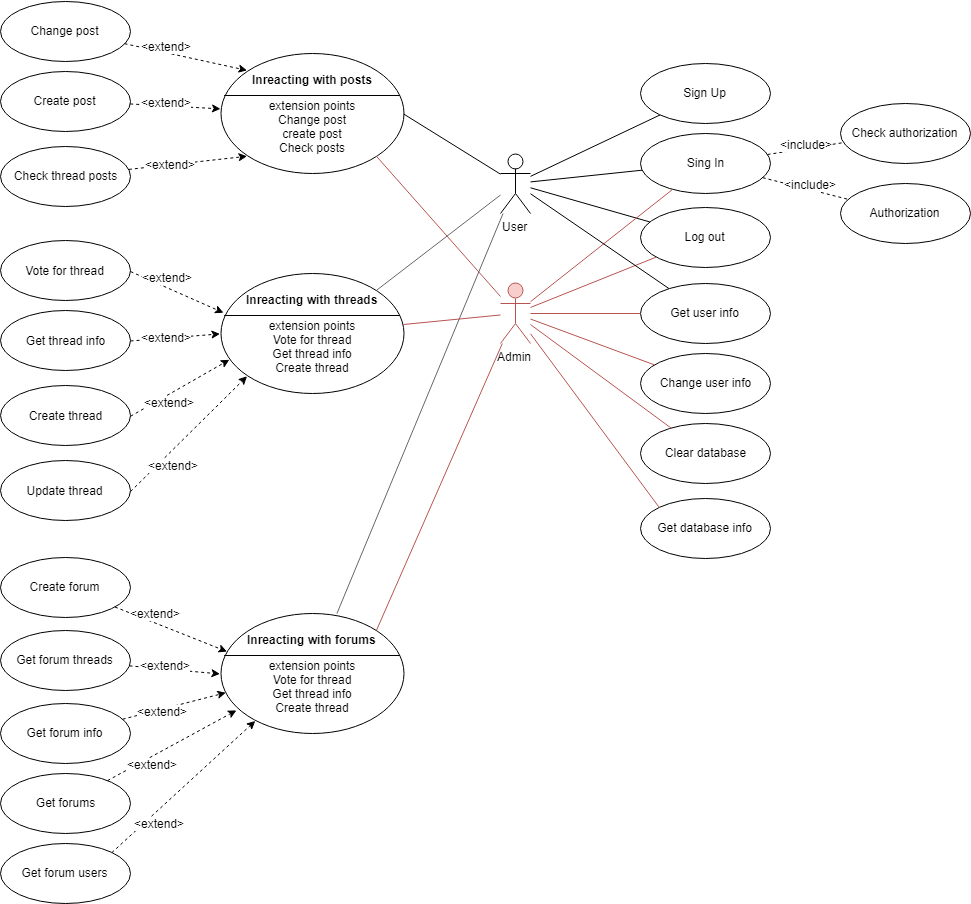
The draw.io diagram schemes/use-case.png in Kotyarich/forum-course-project, before a commit. Source tidied: cells renumbered, new cells last; positions are measured from the earlier drawing's top-left corner, leaving out a move shared by most shapes.
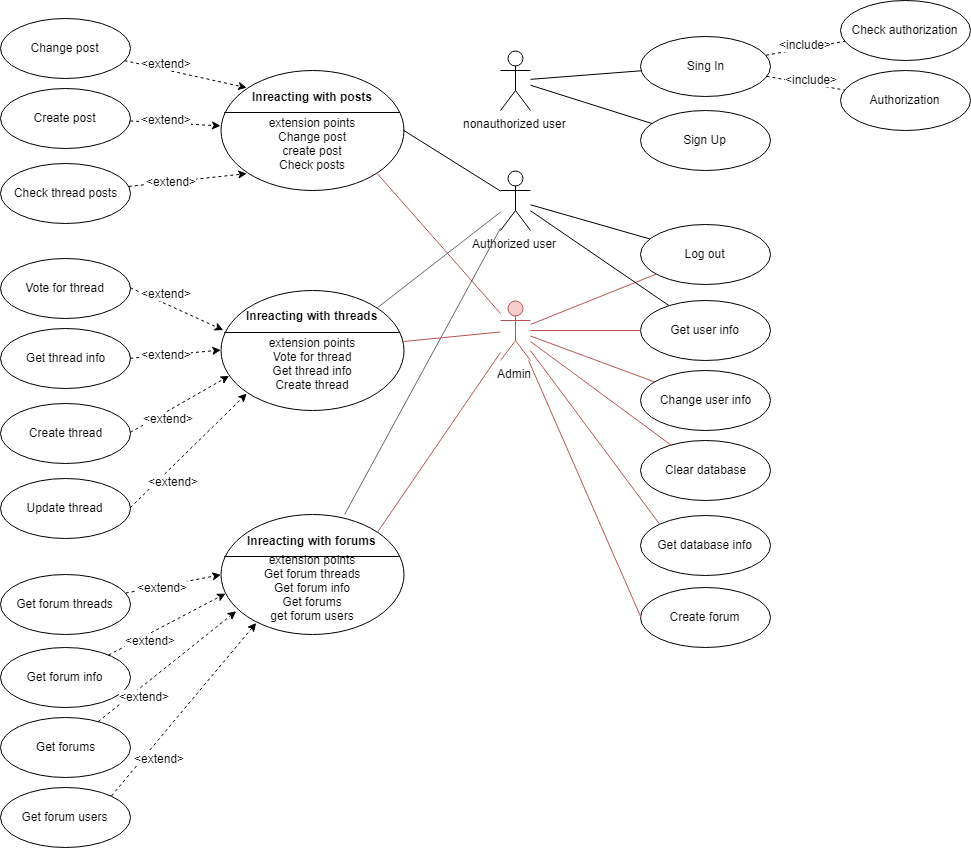
The same diagram one commit later.

The edit, as a diff of the source:
```diff
@@ -2,29 +2,29 @@
   <root>
     <mxCell id="0" />
     <mxCell id="1" parent="0" />
-    <mxCell id="2" value="User" style="shape=umlActor;verticalLabelPosition=bottom;labelBackgroundColor=#ffffff;verticalAlign=top;html=1;outlineConnect=0;" parent="1" vertex="1">
+    <mxCell id="2" value="Authorized user" style="shape=umlActor;verticalLabelPosition=bottom;labelBackgroundColor=#ffffff;verticalAlign=top;html=1;outlineConnect=0;" parent="1" vertex="1">
       <mxGeometry x="500" y="152" width="30" height="60" as="geometry" />
     </mxCell>
     <mxCell id="3" value="Sign Up" style="ellipse;whiteSpace=wrap;html=1;" parent="1" vertex="1">
-      <mxGeometry x="640" y="62" width="130" height="60" as="geometry" />
+      <mxGeometry x="640" y="92" width="130" height="60" as="geometry" />
     </mxCell>
     <mxCell id="4" value="Sing In" style="ellipse;whiteSpace=wrap;html=1;" parent="1" vertex="1">
-      <mxGeometry x="640" y="132" width="130" height="60" as="geometry" />
+      <mxGeometry x="640" y="17.5" width="130" height="60" as="geometry" />
     </mxCell>
     <mxCell id="5" value="Log out" style="ellipse;whiteSpace=wrap;html=1;" parent="1" vertex="1">
       <mxGeometry x="640" y="206" width="130" height="60" as="geometry" />
     </mxCell>
-    <mxCell id="6" style="endArrow=none;html=1;" parent="1" edge="1" source="2" target="3">
+    <mxCell id="6" style="endArrow=none;html=1;" parent="1" edge="1" source="76" target="3">
       <mxGeometry relative="1" as="geometry" />
     </mxCell>
-    <mxCell id="7" style="endArrow=none;html=1;" parent="1" edge="1" source="2" target="4">
+    <mxCell id="7" style="endArrow=none;html=1;" parent="1" edge="1" source="76" target="4">
       <mxGeometry relative="1" as="geometry" />
     </mxCell>
     <mxCell id="8" style="endArrow=none;html=1;" parent="1" edge="1" source="2" target="5">
       <mxGeometry relative="1" as="geometry" />
     </mxCell>
     <mxCell id="9" value="Check authorization" style="ellipse;whiteSpace=wrap;html=1;" parent="1" vertex="1">
-      <mxGeometry x="840" y="102" width="130" height="60" as="geometry" />
+      <mxGeometry x="840" y="-18" width="130" height="60" as="geometry" />
     </mxCell>
     <mxCell id="10" style="endArrow=none;dashed=1;html=1;" parent="1" edge="1" source="4" target="9">
       <mxGeometry relative="1" as="geometry" />
@@ -35,7 +35,7 @@
       </mxGeometry>
     </mxCell>
     <mxCell id="12" value="Authorization" style="ellipse;whiteSpace=wrap;html=1;" parent="1" vertex="1">
-      <mxGeometry x="840" y="182" width="130" height="60" as="geometry" />
+      <mxGeometry x="840" y="52" width="130" height="60" as="geometry" />
     </mxCell>
     <mxCell id="13" style="endArrow=none;dashed=1;html=1;" parent="1" edge="1" source="4" target="12">
       <mxGeometry relative="1" as="geometry" />
@@ -48,9 +48,6 @@
     <mxCell id="15" value="Admin" style="shape=umlActor;verticalLabelPosition=bottom;labelBackgroundColor=#ffffff;verticalAlign=top;html=1;outlineConnect=0;fillColor=#f8cecc;strokeColor=#b85450;" parent="1" vertex="1">
       <mxGeometry x="500" y="282" width="30" height="60" as="geometry" />
     </mxCell>
-    <mxCell id="16" style="endArrow=none;html=1;fontColor=#FF6666;labelBackgroundColor=#FF6666;fillColor=#f8cecc;strokeColor=#b85450;" parent="1" edge="1" source="15" target="4">
-      <mxGeometry relative="1" as="geometry" />
-    </mxCell>
     <mxCell id="17" style="endArrow=none;html=1;fillColor=#f8cecc;strokeColor=#b85450;" parent="1" edge="1" source="15" target="5">
       <mxGeometry relative="1" as="geometry" />
     </mxCell>
@@ -182,35 +179,27 @@
         <mxPoint x="18" y="-4" as="offset" />
       </mxGeometry>
     </mxCell>
-    <mxCell id="56" value="&lt;br&gt;&lt;br&gt;&lt;br&gt;extension points&lt;br&gt;Vote for thread&lt;br&gt;Get thread info&lt;br&gt;Create thread&lt;br&gt;&lt;br&gt;" style="html=1;shape=mxgraph.sysml.useCaseExtPt;whiteSpace=wrap;align=center;" parent="1" vertex="1">
-      <mxGeometry x="220" y="612" width="183" height="120" as="geometry" />
+    <mxCell id="56" value="&lt;br&gt;&lt;br&gt;&lt;br&gt;extension points&lt;br&gt;Get forum threads&lt;br&gt;Get forum info&lt;br&gt;Get forums&lt;br&gt;get forum users&lt;br&gt;&lt;br&gt;" style="html=1;shape=mxgraph.sysml.useCaseExtPt;whiteSpace=wrap;align=center;" parent="1" vertex="1">
+      <mxGeometry x="220" y="496" width="183" height="120" as="geometry" />
     </mxCell>
     <mxCell id="57" value="Inreacting with forums" style="html=1;verticalAlign=middle;align=center;labelBackgroundColor=none;fontStyle=1;" parent="56" vertex="1">
       <mxGeometry x="91.5" y="25.5" as="geometry" />
     </mxCell>
     <mxCell id="58" value="Create forum&lt;br&gt;" style="ellipse;whiteSpace=wrap;html=1;" parent="1" vertex="1">
-      <mxGeometry y="556" width="130" height="60" as="geometry" />
+      <mxGeometry x="640" y="569" width="130" height="60" as="geometry" />
     </mxCell>
     <mxCell id="59" value="Get forum threads" style="ellipse;whiteSpace=wrap;html=1;" parent="1" vertex="1">
-      <mxGeometry y="629" width="130" height="60" as="geometry" />
+      <mxGeometry y="556" width="130" height="60" as="geometry" />
     </mxCell>
     <mxCell id="60" value="Get forum info" style="ellipse;whiteSpace=wrap;html=1;" parent="1" vertex="1">
-      <mxGeometry y="702" width="130" height="60" as="geometry" />
+      <mxGeometry y="629" width="130" height="60" as="geometry" />
     </mxCell>
     <mxCell id="61" value="Get forum users" style="ellipse;whiteSpace=wrap;html=1;" parent="1" vertex="1">
-      <mxGeometry y="842" width="130" height="60" as="geometry" />
+      <mxGeometry y="769" width="130" height="60" as="geometry" />
     </mxCell>
     <mxCell id="62" value="Get forums" style="ellipse;whiteSpace=wrap;html=1;" parent="1" vertex="1">
-      <mxGeometry y="772" width="130" height="60" as="geometry" />
+      <mxGeometry y="699" width="130" height="60" as="geometry" />
     </mxCell>
-    <mxCell id="63" style="endArrow=classic;html=1;labelBackgroundColor=#FF6666;fontColor=#FF6666;dashed=1;entryX=0.037;entryY=0.317;entryDx=0;entryDy=0;entryPerimeter=0;" parent="1" edge="1" source="58" target="56">
-      <mxGeometry relative="1" as="geometry" />
-    </mxCell>
-    <mxCell id="64" value="&amp;lt;extend&amp;gt;" style="text;html=1;align=center;verticalAlign=middle;labelBackgroundColor=#ffffff;fontColor=#000000;" parent="63" vertex="1">
-      <mxGeometry x="-0.6" y="-1" relative="1" as="geometry">
-        <mxPoint x="18" y="-4" as="offset" />
-      </mxGeometry>
-    </mxCell>
     <mxCell id="65" style="endArrow=classic;html=1;labelBackgroundColor=#FF6666;fontColor=#FF6666;dashed=1;entryX=0;entryY=0.5;entryDx=0;entryDy=0;entryPerimeter=0;" parent="1" edge="1" source="59" target="56">
       <mxGeometry relative="1" as="geometry" />
     </mxCell>
@@ -249,5 +238,11 @@
     <mxCell id="74" style="endArrow=none;html=1;labelBackgroundColor=#FF6666;fontColor=#000000;fillColor=#f5f5f5;strokeColor=#666666;" parent="1" edge="1" source="2" target="56">
       <mxGeometry relative="1" as="geometry" />
     </mxCell>
+    <mxCell id="75" style="endArrow=none;html=1;labelBackgroundColor=#FF6666;fontColor=#000000;fillColor=#f8cecc;strokeColor=#b85450;entryX=0;entryY=0.5;entryDx=0;entryDy=0;" parent="1" edge="1" source="15" target="58">
+      <mxGeometry relative="1" as="geometry" />
+    </mxCell>
+    <mxCell id="76" value="nonauthorized user" style="shape=umlActor;verticalLabelPosition=bottom;labelBackgroundColor=#ffffff;verticalAlign=top;html=1;outlineConnect=0;" parent="1" vertex="1">
+      <mxGeometry x="500" y="32" width="30" height="60" as="geometry" />
+    </mxCell>
   </root>
 </mxGraphModel>
```
